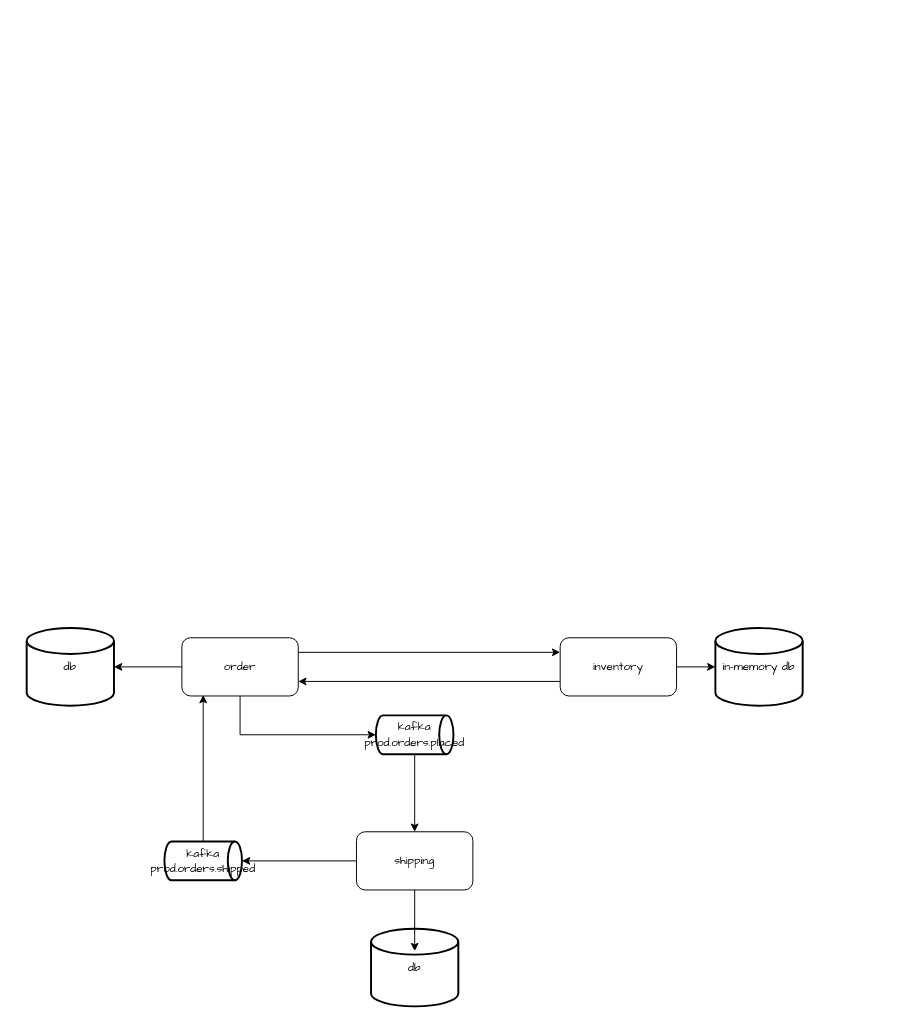
Above: arch.drawio in anilbolat/spring-boot-microservices (draw.io), before the change. Source tidied: cells renumbered, new cells numbered last; positions are measured from the earlier drawing's top-left corner, leaving out a move shared by most shapes. Both pictures are drawn from the tidied source at 97%, with x=0, y=0 at pixel (26, 628).
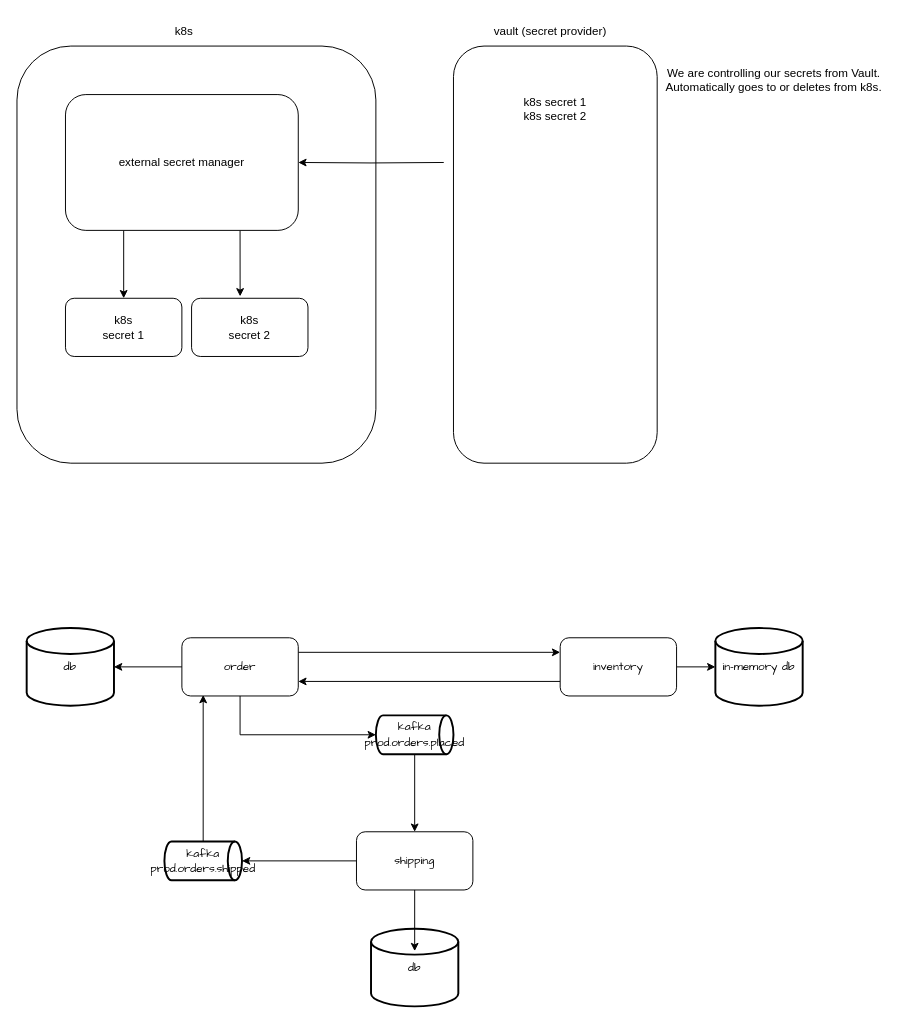
Above is the later version.

The edit, as a diff of the source:
```diff
@@
+    <mxCell id="19" style="rounded=1;whiteSpace=wrap;html=1;" parent="1" vertex="1">
+      <mxGeometry x="-10" y="-600" width="370" height="430" as="geometry" />
+    </mxCell>
+    <mxCell id="20" style="edgeStyle=orthogonalEdgeStyle;rounded=0;jettySize=auto;html=1;exitX=0.25;exitY=1;exitDx=0;exitDy=0;" parent="1" edge="1" source="22" target="23">
+      <mxGeometry relative="1" as="geometry" />
+    </mxCell>
+    <mxCell id="21" style="edgeStyle=orthogonalEdgeStyle;rounded=0;jettySize=auto;html=1;exitX=0.75;exitY=1;exitDx=0;exitDy=0;entryX=0.417;entryY=-0.033;entryDx=0;entryDy=0;entryPerimeter=0;" parent="1" edge="1" source="22" target="24">
+      <mxGeometry relative="1" as="geometry" />
+    </mxCell>
+    <mxCell id="22" value="external secret manager" style="rounded=1;whiteSpace=wrap;html=1;" parent="1" vertex="1">
+      <mxGeometry x="40" y="-550" width="240" height="140" as="geometry" />
+    </mxCell>
+    <mxCell id="23" value="k8s &lt;br&gt;secret 1" style="rounded=1;whiteSpace=wrap;html=1;" parent="1" vertex="1">
+      <mxGeometry x="40" y="-340" width="120" height="60" as="geometry" />
+    </mxCell>
+    <mxCell id="24" value="k8s &lt;br&gt;secret 2" style="rounded=1;whiteSpace=wrap;html=1;" parent="1" vertex="1">
+      <mxGeometry x="170" y="-340" width="120" height="60" as="geometry" />
+    </mxCell>
+    <mxCell id="25" style="edgeStyle=orthogonalEdgeStyle;rounded=0;jettySize=auto;html=1;entryX=1;entryY=0.5;entryDx=0;entryDy=0;" parent="1" edge="1" target="22">
+      <mxGeometry relative="1" as="geometry">
+        <mxPoint x="430" y="-480" as="sourcePoint" />
+      </mxGeometry>
+    </mxCell>
+    <mxCell id="26" style="rounded=1;whiteSpace=wrap;html=1;" parent="1" vertex="1">
+      <mxGeometry x="440" y="-600" width="210" height="430" as="geometry" />
+    </mxCell>
+    <mxCell id="27" value="k8s secret 1&lt;br&gt;k8s&amp;nbsp;secret 2" style="text;html=1;strokeColor=none;fillColor=none;align=center;verticalAlign=middle;whiteSpace=wrap;rounded=0;" parent="1" vertex="1">
+      <mxGeometry x="470" y="-550" width="150" height="30" as="geometry" />
+    </mxCell>
+    <mxCell id="28" value="k8s" style="text;html=1;align=center;verticalAlign=middle;strokeColor=none;fillColor=none;" parent="1" vertex="1">
+      <mxGeometry x="142" y="-630" width="40" height="30" as="geometry" />
+    </mxCell>
+    <mxCell id="29" value="vault (secret provider)" style="text;strokeColor=none;align=center;fillColor=none;html=1;verticalAlign=middle;whiteSpace=wrap;rounded=0;" parent="1" vertex="1">
+      <mxGeometry x="460" y="-630" width="160" height="30" as="geometry" />
+    </mxCell>
+    <mxCell id="30" value="We are controlling our secrets from Vault.&lt;br&gt;Automatically goes to or deletes from k8s." style="text;html=1;align=center;verticalAlign=middle;strokeColor=none;fillColor=none;" parent="1" vertex="1">
+      <mxGeometry x="645" y="-585" width="250" height="40" as="geometry" />
+    </mxCell>
```
